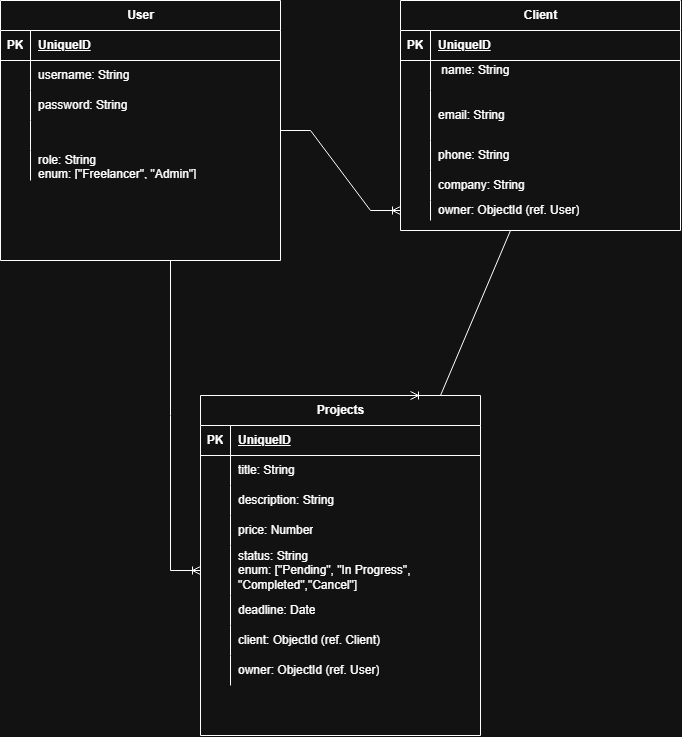
This is assets/Relationship .png from Akhamis1/project-2-client-flow, a draw.io export, as it was before one commit. Source tidied: cells renumbered, new cells last; positions are measured from the earlier drawing's top-left corner, leaving out a move shared by most shapes.
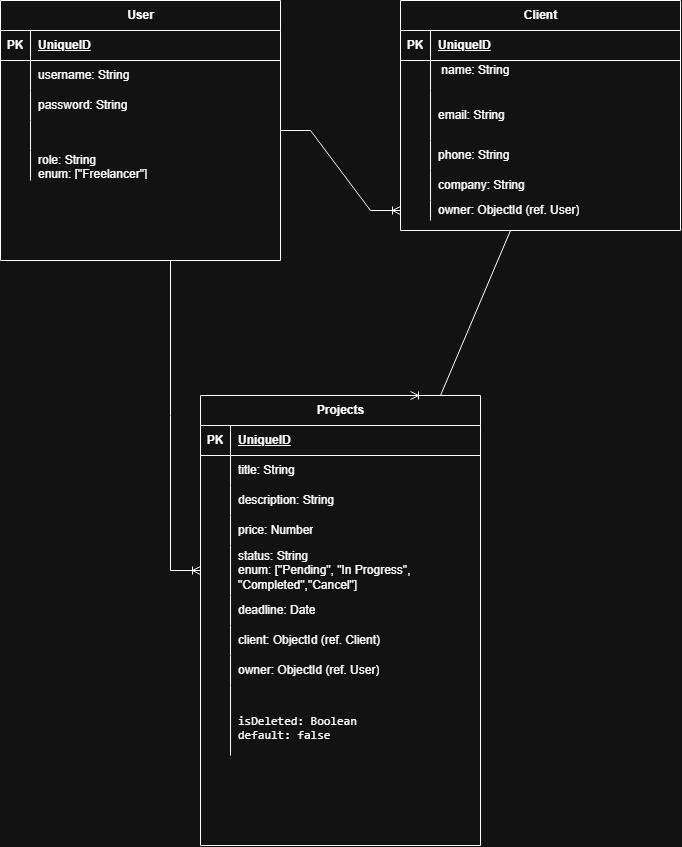
Above is the later version.

Change to the diagram source:
```diff
@@ -47,7 +47,7 @@
     <mxCell id="16" style="shape=partialRectangle;fillColor=none;top=0;left=0;bottom=0;right=0;overflow=hidden;whiteSpace=wrap;html=1;" parent="15" vertex="1">
       <mxGeometry width="30" height="30" as="geometry" />
     </mxCell>
-    <mxCell id="17" value=" role: String&lt;br/&gt;enum: [&quot;Freelancer&quot;, &quot;Admin&quot;] " style="shape=partialRectangle;fillColor=none;top=0;left=0;bottom=0;right=0;align=left;spacingLeft=6;overflow=hidden;whiteSpace=wrap;html=1;" parent="15" vertex="1">
+    <mxCell id="17" value=" role: String&lt;br&gt;enum: [&quot;Freelancer&quot;] " style="shape=partialRectangle;fillColor=none;top=0;left=0;bottom=0;right=0;align=left;spacingLeft=6;overflow=hidden;whiteSpace=wrap;html=1;" parent="15" vertex="1">
       <mxGeometry x="30" width="250" height="30" as="geometry" />
     </mxCell>
     <mxCell id="18" value="Client" style="shape=table;startSize=30;rowLines=0;fontStyle=1;align=center;html=1;" parent="1" vertex="1">
@@ -108,7 +108,7 @@
       <mxGeometry x="30" width="250" height="20" as="geometry" />
     </mxCell>
     <mxCell id="37" value="Projects" style="shape=table;startSize=30;rowLines=0;fontStyle=1;align=center;html=1;" parent="1" vertex="1">
-      <mxGeometry x="200" y="395" width="280" height="340" as="geometry" />
+      <mxGeometry x="200" y="395" width="280" height="450" as="geometry" />
     </mxCell>
     <mxCell id="38" style="shape=tableRow;horizontal=0;startSize=0;swimlaneHead=0;swimlaneBody=0;fillColor=none;top=0;left=0;right=0;bottom=1;" parent="37" vertex="1">
       <mxGeometry y="30" width="280" height="30" as="geometry" />
@@ -182,6 +182,15 @@
     <mxCell id="61" value="owner: ObjectId (ref. User) " style="shape=partialRectangle;fillColor=none;top=0;left=0;bottom=0;right=0;align=left;spacingLeft=6;overflow=hidden;whiteSpace=wrap;html=1;" parent="59" vertex="1">
       <mxGeometry x="30" width="250" height="30" as="geometry" />
     </mxCell>
+    <mxCell id="65" style="shape=tableRow;horizontal=0;startSize=0;swimlaneHead=0;swimlaneBody=0;fillColor=none;top=0;left=0;right=0;bottom=0;" parent="37" vertex="1">
+      <mxGeometry y="290" width="280" height="70" as="geometry" />
+    </mxCell>
+    <mxCell id="66" style="shape=partialRectangle;fillColor=none;top=0;left=0;bottom=0;right=0;overflow=hidden;whiteSpace=wrap;html=1;" parent="65" vertex="1">
+      <mxGeometry width="30" height="70" as="geometry" />
+    </mxCell>
+    <mxCell id="67" value="&lt;pre dir=&quot;ltr&quot;&gt;&lt;code&gt;&lt;br/&gt;isDeleted: Boolean&lt;br/&gt;default: false&lt;/code&gt;&lt;/pre&gt;" style="shape=partialRectangle;fillColor=none;top=0;left=0;bottom=0;right=0;align=left;spacingLeft=6;overflow=hidden;whiteSpace=wrap;html=1;" parent="65" vertex="1">
+      <mxGeometry x="30" width="250" height="70" as="geometry" />
+    </mxCell>
     <mxCell id="62" style="edgeStyle=entityRelationEdgeStyle;fontSize=12;html=1;endArrow=ERoneToMany;rounded=0;exitX=1;exitY=0.5;exitDx=0;exitDy=0;" parent="1" edge="1" source="2" target="34">
       <mxGeometry relative="1" as="geometry" />
     </mxCell>
```
